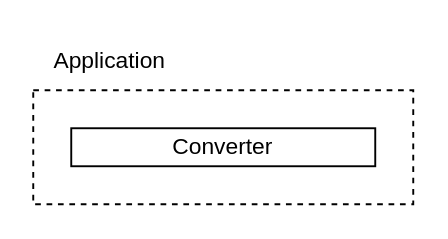
Earlier version of the draw.io diagram page "App" (1 of 3) of _readme/Diagram.drawio (ames0k0/TP--Audio-File-Converter). Source tidied: cells renumbered, new cells numbered last; positions are measured from the earlier drawing's top-left corner, leaving out a move shared by most shapes. Both pictures are drawn from the tidied source at 190%, with x=0, y=0 at pixel (32, 32).
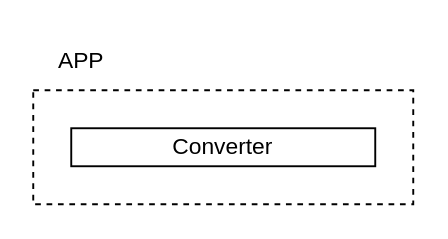
The same page after the edit.

Diff of the diagram source:
```diff
@@
 <mxGraphModel>
   <root>
     <mxCell id="0" />
     <mxCell id="1" parent="0" />
     <mxCell id="2" value="Converter" style="whiteSpace=wrap;html=1;" parent="1" vertex="1">
       <mxGeometry x="20" y="50" width="160" height="20" as="geometry" />
     </mxCell>
     <mxCell id="3" style="endArrow=none;dashed=1;html=1;rounded=0;" parent="1" edge="1">
       <mxGeometry relative="1" as="geometry">
         <mxPoint y="30" as="sourcePoint" />
         <mxPoint y="30" as="targetPoint" />
         <Array as="points">
           <mxPoint x="100" y="30" />
           <mxPoint x="200" y="30" />
           <mxPoint x="200" y="90" />
           <mxPoint y="90" />
         </Array>
       </mxGeometry>
     </mxCell>
-    <mxCell id="4" value="Application" style="text;html=1;align=center;verticalAlign=middle;strokeColor=none;fillColor=none;" parent="1" vertex="1">
-      <mxGeometry width="80" height="30" as="geometry" />
+    <mxCell id="4" value="APP" style="text;html=1;align=center;verticalAlign=middle;strokeColor=none;fillColor=none;" parent="1" vertex="1">
+      <mxGeometry width="50" height="30" as="geometry" />
     </mxCell>
   </root>
 </mxGraphModel>
```
